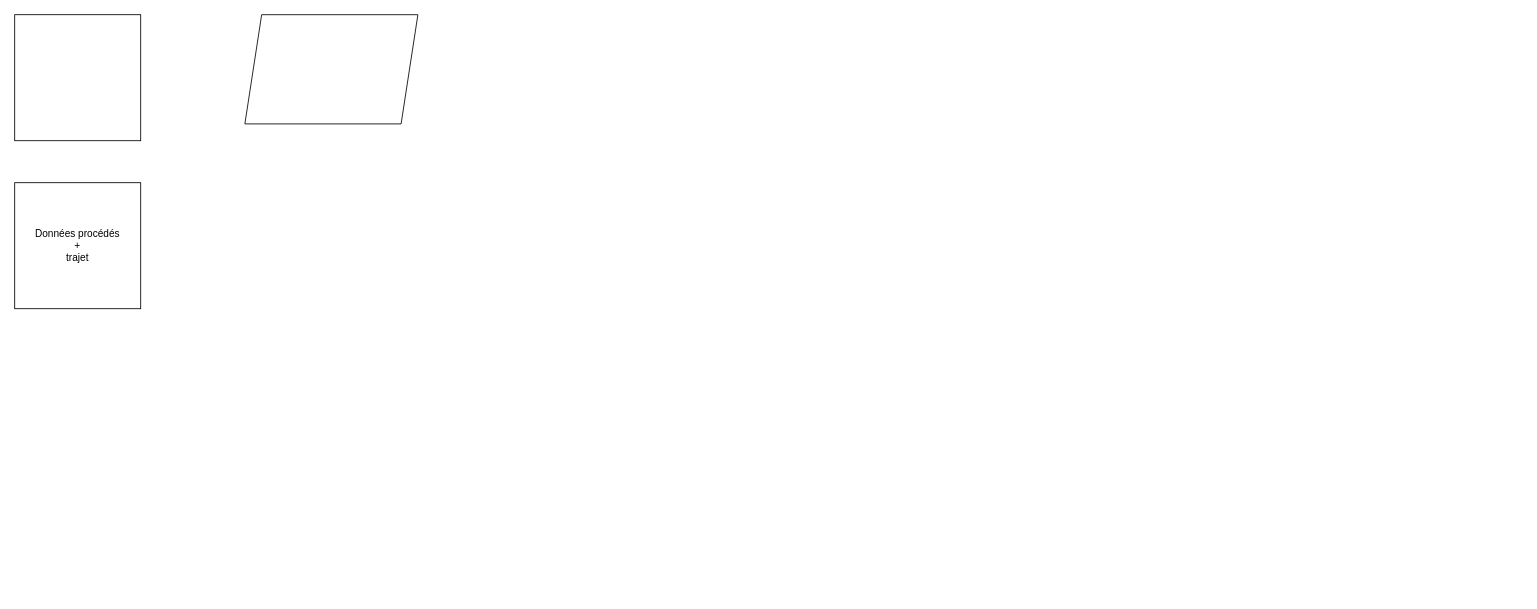
alexandreb49/ceramic-casting-prediction keeps this draw.io diagram as drawings/pipeline.drawio. Above is the earlier version. Source tidied: cells renumbered, new cells numbered last; positions are measured from the earlier drawing's top-left corner, leaving out a move shared by most shapes. Both pictures are drawn from the tidied source at 84%, with x=0, y=0 at pixel (14, 14).
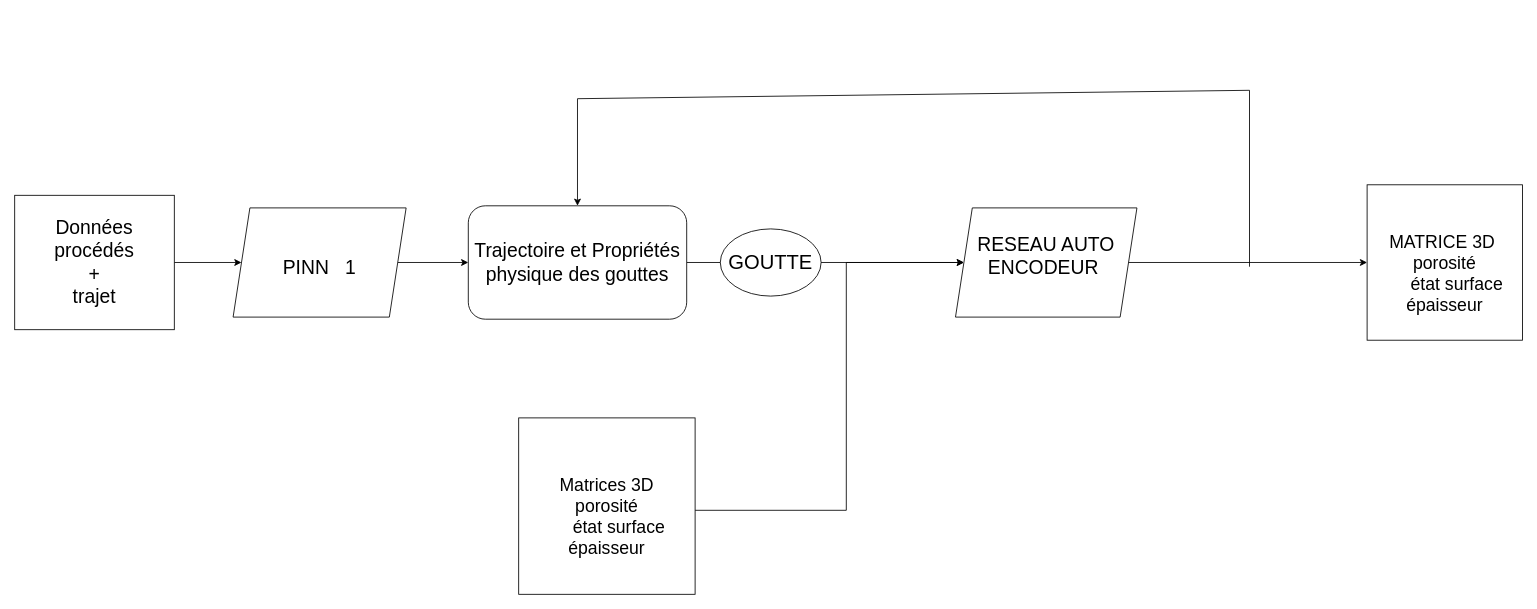
Above is the later version.

Commit message (it also covers changes not shown here):
Mettre à jour pipeline.drawio

Diff of the diagram source:
```diff
@@
-<mxGraphModel>
+<mxGraphModel background="#ffffff">
@@
+    <mxCell id="5" style="edgeStyle=orthogonalEdgeStyle;rounded=0;jettySize=auto;html=1;entryX=0;entryY=0.5;entryDx=0;entryDy=0;" parent="1" edge="1" source="2" target="4">
+      <mxGeometry relative="1" as="geometry" />
+    </mxCell>
-    <mxCell id="2" value="Données procédés&lt;div&gt;+&lt;/div&gt;&lt;div&gt;trajet&lt;/div&gt;" style="rounded=0;whiteSpace=wrap;html=1;" parent="1" vertex="1">
-      <mxGeometry y="200" width="150" height="150" as="geometry" />
+    <mxCell id="2" value="&lt;font style=&quot;font-size: 23px;&quot;&gt;Données procédés&lt;/font&gt;&lt;div&gt;&lt;font style=&quot;font-size: 23px;&quot;&gt;+&lt;/font&gt;&lt;/div&gt;&lt;div&gt;&lt;font style=&quot;font-size: 23px;&quot;&gt;trajet&lt;/font&gt;&lt;/div&gt;" style="rounded=0;whiteSpace=wrap;html=1;" parent="1" vertex="1">
+      <mxGeometry y="215" width="190" height="160" as="geometry" />
     </mxCell>
+    <mxCell id="6" style="edgeStyle=orthogonalEdgeStyle;rounded=0;jettySize=auto;html=1;entryX=0;entryY=0.5;entryDx=0;entryDy=0;" parent="1" edge="1" source="3" target="11">
+      <mxGeometry relative="1" as="geometry">
+        <Array as="points">
+          <mxPoint x="990" y="590" />
+          <mxPoint x="990" y="295" />
+        </Array>
+      </mxGeometry>
+    </mxCell>
-    <mxCell id="3" style="whiteSpace=wrap;html=1;" parent="1" vertex="1">
-      <mxGeometry width="150" height="150" as="geometry" />
+    <mxCell id="3" value="&lt;div&gt;&lt;font style=&quot;font-size: 21px;&quot;&gt;&lt;br&gt;&lt;/font&gt;&lt;/div&gt;&lt;div&gt;&lt;font style=&quot;font-size: 21px;&quot;&gt;&amp;nbsp;Matrices 3D&amp;nbsp;&lt;/font&gt;&lt;/div&gt;&lt;div&gt;&lt;font style=&quot;font-size: 21px;&quot;&gt;porosité&lt;/font&gt;&lt;/div&gt;&lt;div&gt;&lt;font style=&quot;font-size: 21px;&quot;&gt;&amp;nbsp; &amp;nbsp; &amp;nbsp;état surface&lt;/font&gt;&lt;/div&gt;&lt;div&gt;&lt;span style=&quot;font-size: 21px;&quot;&gt;épaisseur&lt;/span&gt;&lt;/div&gt;" style="whiteSpace=wrap;html=1;" parent="1" vertex="1">
+      <mxGeometry x="600" y="480" width="210" height="210" as="geometry" />
     </mxCell>
+    <mxCell id="7" style="edgeStyle=orthogonalEdgeStyle;rounded=0;jettySize=auto;html=1;entryX=0;entryY=0.5;entryDx=0;entryDy=0;" parent="1" edge="1" source="4" target="9">
+      <mxGeometry relative="1" as="geometry" />
+    </mxCell>
-    <mxCell id="4" style="shape=parallelogram;perimeter=parallelogramPerimeter;whiteSpace=wrap;html=1;fixedSize=1;" parent="1" vertex="1">
-      <mxGeometry x="274" width="206" height="130" as="geometry" />
+    <mxCell id="4" value="&lt;font style=&quot;font-size: 23px;&quot;&gt;&lt;br&gt;&lt;/font&gt;&lt;div&gt;&lt;font style=&quot;font-size: 23px;&quot;&gt;PINN&amp;nbsp; &amp;nbsp;1&lt;/font&gt;&lt;/div&gt;&lt;div&gt;&lt;br&gt;&lt;/div&gt;" style="shape=parallelogram;perimeter=parallelogramPerimeter;whiteSpace=wrap;html=1;fixedSize=1;" parent="1" vertex="1">
+      <mxGeometry x="260" y="230" width="206" height="130" as="geometry" />
     </mxCell>
+    <mxCell id="8" style="edgeStyle=orthogonalEdgeStyle;rounded=0;jettySize=auto;html=1;" parent="1" edge="1" source="9" target="11">
+      <mxGeometry relative="1" as="geometry" />
+    </mxCell>
+    <mxCell id="9" value="&lt;font style=&quot;font-size: 23px;&quot;&gt;Trajectoire et Propriétés physique des gouttes&lt;/font&gt;" style="rounded=1;whiteSpace=wrap;html=1;" parent="1" vertex="1">
+      <mxGeometry x="540" y="227.5" width="260" height="135" as="geometry" />
+    </mxCell>
+    <mxCell id="10" style="edgeStyle=orthogonalEdgeStyle;rounded=0;jettySize=auto;html=1;" parent="1" edge="1" source="11" target="12">
+      <mxGeometry relative="1" as="geometry">
+        <Array as="points">
+          <mxPoint x="1310" y="295" />
+          <mxPoint x="1310" y="295" />
+        </Array>
+      </mxGeometry>
+    </mxCell>
+    <mxCell id="11" value="&lt;font style=&quot;font-size: 23px;&quot;&gt;RESEAU AUTO ENCODEUR&amp;nbsp;&lt;/font&gt;&lt;div&gt;&lt;br&gt;&lt;/div&gt;" style="shape=parallelogram;perimeter=parallelogramPerimeter;whiteSpace=wrap;html=1;fixedSize=1;" parent="1" vertex="1">
+      <mxGeometry x="1120" y="230" width="216" height="130" as="geometry" />
+    </mxCell>
+    <mxCell id="12" value="&lt;div&gt;&lt;font style=&quot;font-size: 21px;&quot;&gt;&lt;br&gt;&lt;/font&gt;&lt;/div&gt;&lt;div&gt;&lt;font style=&quot;font-size: 21px;&quot;&gt;MATRICE 3D&amp;nbsp;&lt;/font&gt;&lt;/div&gt;&lt;div&gt;&lt;font style=&quot;font-size: 21px;&quot;&gt;porosité&lt;/font&gt;&lt;/div&gt;&lt;div&gt;&lt;font style=&quot;font-size: 21px;&quot;&gt;&amp;nbsp; &amp;nbsp; &amp;nbsp;état surface&lt;/font&gt;&lt;/div&gt;&lt;div&gt;&lt;span style=&quot;font-size: 21px;&quot;&gt;épaisseur&lt;/span&gt;&lt;/div&gt;" style="whiteSpace=wrap;html=1;" parent="1" vertex="1">
+      <mxGeometry x="1610" y="202.5" width="185" height="185" as="geometry" />
+    </mxCell>
+    <mxCell id="13" value="&lt;font style=&quot;font-size: 24px;&quot;&gt;GOUTTE&lt;/font&gt;" style="ellipse;whiteSpace=wrap;html=1;strokeWidth=1;" parent="1" vertex="1">
+      <mxGeometry x="840" y="255" width="120" height="80" as="geometry" />
+    </mxCell>
+    <mxCell id="14" style="endArrow=classic;html=1;rounded=0;entryX=0.5;entryY=0;entryDx=0;entryDy=0;" parent="1" edge="1" target="9">
+      <mxGeometry relative="1" as="geometry">
+        <mxPoint x="1470" y="300" as="sourcePoint" />
+        <Array as="points">
+          <mxPoint x="1470" y="90" />
+          <mxPoint x="670" y="100" />
+        </Array>
+      </mxGeometry>
+    </mxCell>
```
